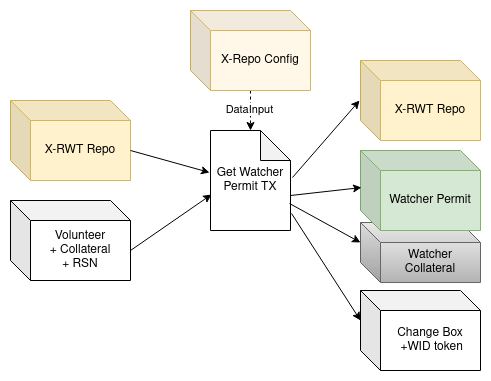
The draw.io diagram images/Get_Permit.png in rosen-bridge/contract, before a commit. Source tidied: cells renumbered, new cells last; positions are measured from the earlier drawing's top-left corner, leaving out a move shared by most shapes.
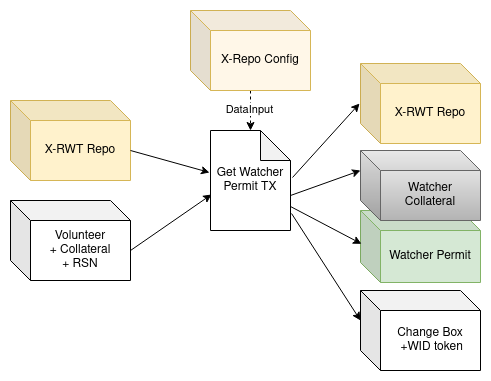
After the change.

Commit message:
Update documents for moving permit count to collateral

What changed in the source:
```diff
@@ -2,14 +2,17 @@
   <root>
     <mxCell id="0" />
     <mxCell id="1" parent="0" />
+    <mxCell id="10" value="&lt;div&gt;Watcher Permit&lt;br&gt;&lt;/div&gt;" style="shape=cube;whiteSpace=wrap;html=1;boundedLbl=1;backgroundOutline=1;darkOpacity=0.05;darkOpacity2=0.1;fillColor=#d5e8d4;strokeColor=#82b366;" parent="1" vertex="1">
+      <mxGeometry x="350" y="200" width="120" height="72" as="geometry" />
+    </mxCell>
     <mxCell id="2" value="Watcher&lt;br&gt;Collateral" style="shape=cube;whiteSpace=wrap;html=1;boundedLbl=1;backgroundOutline=1;darkOpacity=0.05;darkOpacity2=0.1;fillColor=#f5f5f5;strokeColor=#666666;gradientColor=#b3b3b3;" parent="1" vertex="1">
-      <mxGeometry x="350" y="212" width="120" height="60" as="geometry" />
+      <mxGeometry x="350" y="140" width="120" height="70" as="geometry" />
     </mxCell>
     <mxCell id="3" value="&lt;div&gt;X-RWT Repo&lt;/div&gt;" style="shape=cube;whiteSpace=wrap;html=1;boundedLbl=1;backgroundOutline=1;darkOpacity=0.05;darkOpacity2=0.1;fillColor=#fff2cc;strokeColor=#d6b656;" parent="1" vertex="1">
       <mxGeometry y="90" width="120" height="80" as="geometry" />
     </mxCell>
     <mxCell id="4" value="&lt;div&gt;X-RWT Repo&lt;/div&gt;" style="shape=cube;whiteSpace=wrap;html=1;boundedLbl=1;backgroundOutline=1;darkOpacity=0.05;darkOpacity2=0.1;fillColor=#fff2cc;strokeColor=#d6b656;" parent="1" vertex="1">
-      <mxGeometry x="350" y="50" width="120" height="80" as="geometry" />
+      <mxGeometry x="350" y="53" width="120" height="80" as="geometry" />
     </mxCell>
     <mxCell id="5" value="Get Watcher Permit TX" style="shape=note;whiteSpace=wrap;html=1;backgroundOutline=1;darkOpacity=0.05;" parent="1" vertex="1">
       <mxGeometry x="200" y="120" width="80" height="100" as="geometry" />
@@ -26,19 +29,16 @@
     <mxCell id="9" style="endArrow=classic;html=1;rounded=0;exitX=1.025;exitY=0.47;exitDx=0;exitDy=0;exitPerimeter=0;entryX=-0.008;entryY=0.5;entryDx=0;entryDy=0;entryPerimeter=0;" parent="1" edge="1" source="5" target="4">
       <mxGeometry relative="1" as="geometry" />
     </mxCell>
-    <mxCell id="10" value="&lt;div&gt;Watcher Permit&lt;br&gt;&lt;/div&gt;" style="shape=cube;whiteSpace=wrap;html=1;boundedLbl=1;backgroundOutline=1;darkOpacity=0.05;darkOpacity2=0.1;fillColor=#d5e8d4;strokeColor=#82b366;" parent="1" vertex="1">
-      <mxGeometry x="350" y="140" width="120" height="80" as="geometry" />
-    </mxCell>
     <mxCell id="11" value="&lt;div&gt;Change Box&lt;br&gt;&lt;/div&gt;&lt;div&gt;&amp;nbsp;+WID token&lt;br&gt;&lt;/div&gt;" style="shape=cube;whiteSpace=wrap;html=1;boundedLbl=1;backgroundOutline=1;darkOpacity=0.05;darkOpacity2=0.1;" parent="1" vertex="1">
       <mxGeometry x="350" y="280" width="120" height="80" as="geometry" />
     </mxCell>
-    <mxCell id="12" style="endArrow=classic;html=1;rounded=0;exitX=0;exitY=0;exitDx=80;exitDy=65;exitPerimeter=0;entryX=0.008;entryY=0.463;entryDx=0;entryDy=0;entryPerimeter=0;" parent="1" edge="1" source="5" target="10">
+    <mxCell id="12" style="endArrow=classic;html=1;rounded=0;exitX=1;exitY=0.76;exitDx=0;exitDy=0;exitPerimeter=0;entryX=0.008;entryY=0.463;entryDx=0;entryDy=0;entryPerimeter=0;" parent="1" edge="1" source="5" target="10">
       <mxGeometry relative="1" as="geometry" />
     </mxCell>
     <mxCell id="13" style="endArrow=classic;html=1;rounded=0;exitX=1.013;exitY=0.83;exitDx=0;exitDy=0;exitPerimeter=0;entryX=0;entryY=0;entryDx=0;entryDy=30;entryPerimeter=0;" parent="1" edge="1" source="5" target="11">
       <mxGeometry relative="1" as="geometry" />
     </mxCell>
-    <mxCell id="14" style="endArrow=classic;html=1;rounded=0;exitX=0.988;exitY=0.73;exitDx=0;exitDy=0;exitPerimeter=0;entryX=0;entryY=0;entryDx=0;entryDy=20;entryPerimeter=0;" parent="1" edge="1" source="5" target="2">
+    <mxCell id="14" style="endArrow=classic;html=1;rounded=0;exitX=0;exitY=0;exitDx=80;exitDy=65;exitPerimeter=0;entryX=0;entryY=0;entryDx=0;entryDy=20;entryPerimeter=0;" parent="1" edge="1" source="5" target="2">
       <mxGeometry relative="1" as="geometry" />
     </mxCell>
     <mxCell id="15" style="edgeStyle=orthogonalEdgeStyle;rounded=0;jettySize=auto;html=1;dashed=1;" parent="1" edge="1" source="17" target="5">
```
